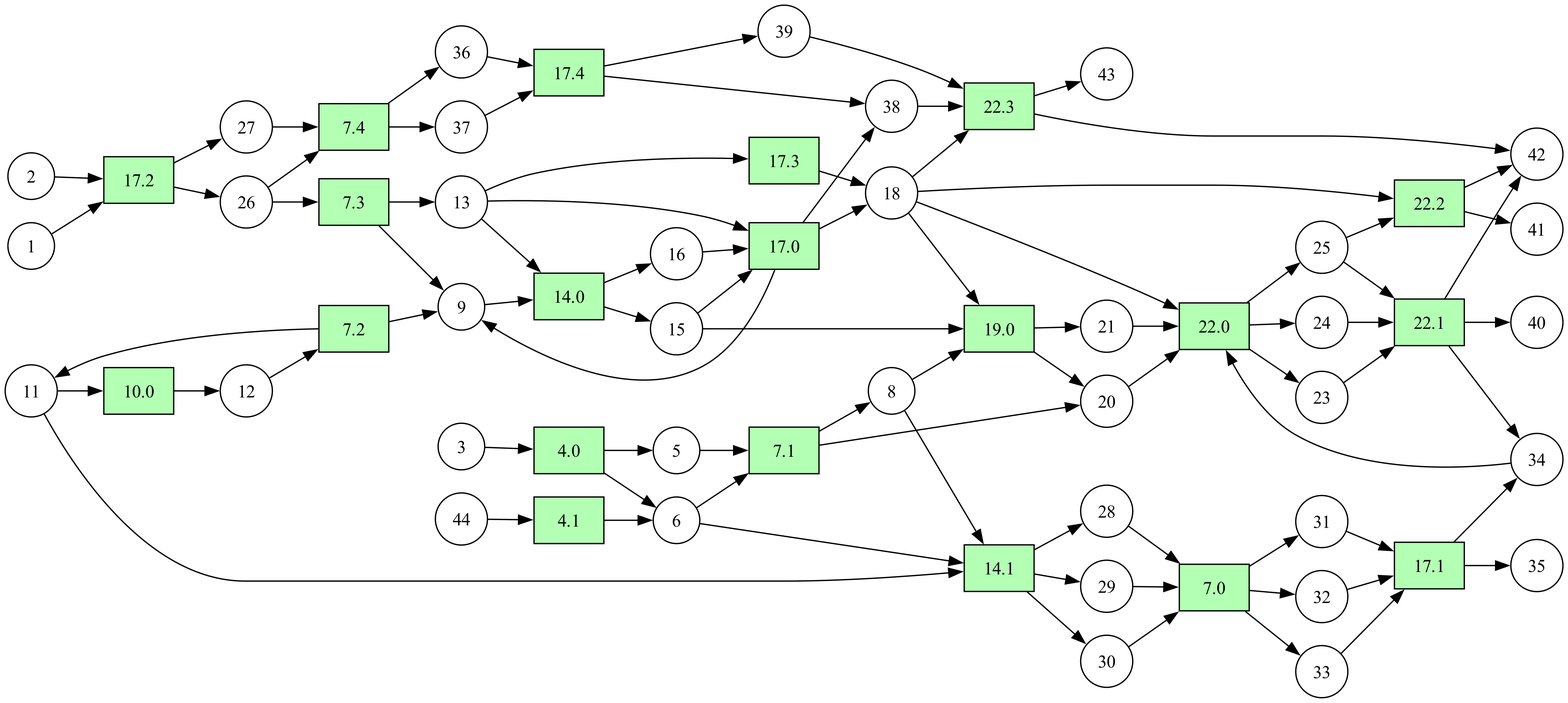
Earlier version of the Graphviz export graph/original.png (ebloc/AutonomousSoftwareOrg). Its source is kept beside it as graph/original.gv.
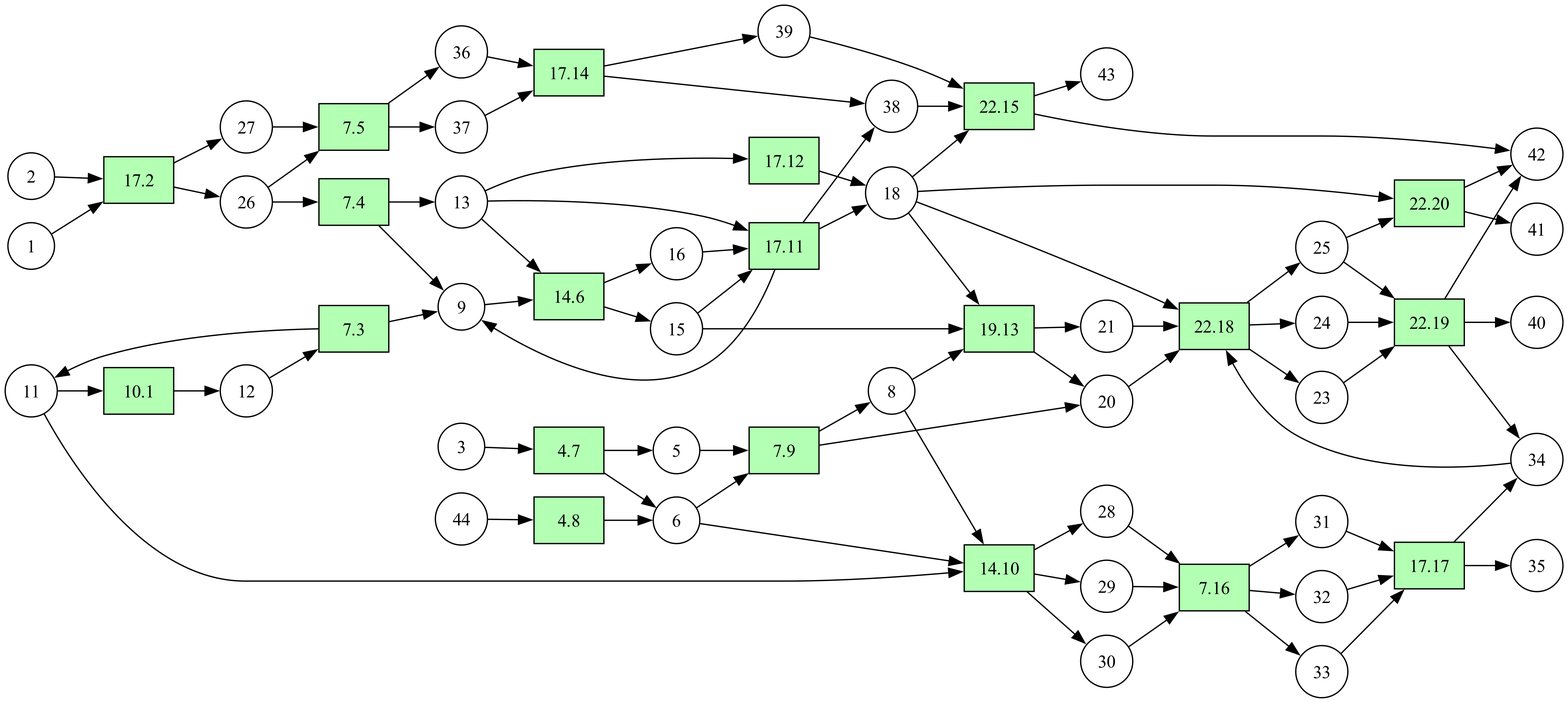
After the commit.

The edit, as a diff of the source:
```diff
@@ -42,106 +42,106 @@
     34 [weight=99]
     35 [weight=99]
     node [style=filled fillcolor="#b3ffb3",shape=box]
-    "7.0" []
-    "7.1" []
-    "7.2" []
+    "7.16" []
+    "7.9" []
     "7.3" []
     "7.4" []
-    "4.0" []
-    "4.1" []
-    "10.0" []
-    "14.0" []
-    "14.1" []
-    "17.0" []
-    "17.1" []
+    "7.5" []
+    "4.7" []
+    "4.8" []
+    "10.1" []
+    "14.6" []
+    "14.10" []
+    "17.11" []
+    "17.17" []
     "17.2" []
-    "17.3" []
-    "19.0" []
-    "22.0" []
-    "22.1" []
-    28->"7.0"
-    29->"7.0"
-    30->"7.0"
-    "7.0"->31
-    "7.0"->32
-    "7.0"->33
-    3->"4.0"
-    "4.0"->5
-    "4.0"->6
-    31->"17.1"
-    32->"17.1"
-    33->"17.1"
-    "17.1"->34
-    "17.1"->35
+    "17.12" []
+    "19.13" []
+    "22.18" []
+    "22.19" []
+    28->"7.16"
+    29->"7.16"
+    30->"7.16"
+    "7.16"->31
+    "7.16"->32
+    "7.16"->33
+    3->"4.7"
+    "4.7"->5
+    "4.7"->6
+    31->"17.17"
+    32->"17.17"
+    33->"17.17"
+    "17.17"->34
+    "17.17"->35
     1->"17.2"
     2->"17.2"
-    11->"10.0"
-    "10.0"->12
-    "4.1"->6
-    5->"7.1"
-    34->"22.0"
-    20->"22.0"
-    6->"7.1"
-    12->"7.2"
-    "17.3"->18
-    18->"22.0"
-    "17.0"->18
+    11->"10.1"
+    "10.1"->12
+    "4.8"->6
+    5->"7.9"
+    34->"22.18"
+    20->"22.18"
+    6->"7.9"
+    12->"7.3"
+    "17.12"->18
+    18->"22.18"
+    "17.11"->18
     "17.2"->26
     "17.2"->27
-    27->"7.4"
-    26->"7.3"
+    27->"7.5"
     26->"7.4"
-    "7.4"->36
-    "7.4"->37
-    "7.1"->8
-    "7.2"->9
+    26->"7.5"
+    "7.5"->36
+    "7.5"->37
+    "7.9"->8
     "7.3"->9
-    "7.3"->13
-    36->"17.4"
-    37->"17.4"
-    "17.4"->38
-    "17.4"->39
-    13->"17.0"
-    13->"14.0"
-    9->"14.0"
-    8->"19.0"
-    39->"22.3"
-    18->"22.2"
-    18->"22.3"
-    18->"19.0"
-    "19.0"->20
-    "19.0"->21
-    21->"22.0"
-    15->"19.0"
-    "22.1"->40
-    "22.0"->23
-    "22.0"->24
-    "22.0"->25
-    23->"22.1"
-    24->"22.1"
-    25->"22.1"
-    25->"22.2"
-    "22.2"->41
-    "22.2"->42
-    "14.0"->15
-    "14.0"->16
-    15->"17.0"
-    16->"17.0"
-    "17.0"->38
-    38->"22.3"
-    "22.3"->42
-    "22.3"->43
-    "14.1"->30
-    "14.1"->28
-    "14.1"->29
-    6->"14.1"
-    8->"14.1"
-    11->"14.1"
-    "7.1"->20
-    44->"4.1"
-    13->"17.3"
-    "22.1"->42
-    "17.0"->9
-    "7.2"->11
-    "22.1"->34
+    "7.4"->9
+    "7.4"->13
+    36->"17.14"
+    37->"17.14"
+    "17.14"->38
+    "17.14"->39
+    13->"17.11"
+    13->"14.6"
+    9->"14.6"
+    8->"19.13"
+    39->"22.15"
+    18->"22.20"
+    18->"22.15"
+    18->"19.13"
+    "19.13"->20
+    "19.13"->21
+    21->"22.18"
+    15->"19.13"
+    "22.19"->40
+    "22.18"->23
+    "22.18"->24
+    "22.18"->25
+    23->"22.19"
+    24->"22.19"
+    25->"22.19"
+    25->"22.20"
+    "22.20"->41
+    "22.20"->42
+    "14.6"->15
+    "14.6"->16
+    15->"17.11"
+    16->"17.11"
+    "17.11"->38
+    38->"22.15"
+    "22.15"->42
+    "22.15"->43
+    "14.10"->30
+    "14.10"->28
+    "14.10"->29
+    6->"14.10"
+    8->"14.10"
+    11->"14.10"
+    "7.9"->20
+    44->"4.8"
+    13->"17.12"
+    "22.19"->42
+    "17.11"->9
+    "7.3"->11
+    "22.19"->34
 }
```
